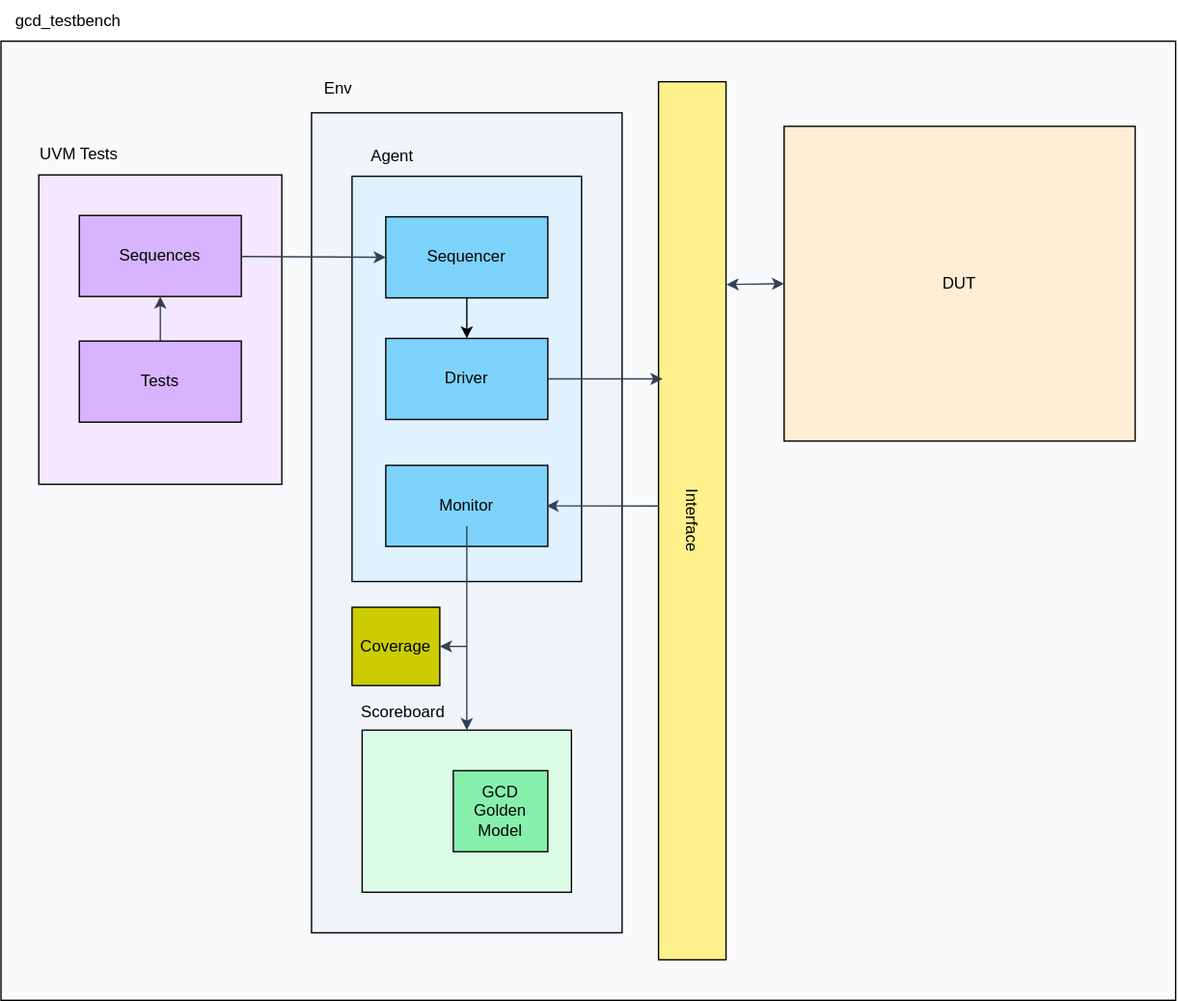
Lyreplus/PV_labs keeps this draw.io diagram as final project/report/diagram.svg. Above is the earlier version. Source tidied: cells renumbered, new cells last; positions are measured from the earlier drawing's top-left corner, leaving out a move shared by most shapes. Source of this version:
```xml
<mxGraphModel>
  <root>
    <mxCell id="0" />
    <mxCell id="1" parent="0" />
    <mxCell id="2" style="rounded=0;whiteSpace=wrap;html=1;fillColor=#F8FAFC;" parent="1" vertex="1">
      <mxGeometry y="30" width="870" height="710" as="geometry" />
    </mxCell>
    <mxCell id="3" value="gcd_testbench" style="text;html=1;align=center;verticalAlign=middle;whiteSpace=wrap;rounded=0;" parent="1" vertex="1">
      <mxGeometry x="20" width="60" height="30" as="geometry" />
    </mxCell>
    <mxCell id="4" style="rounded=0;whiteSpace=wrap;html=1;fillColor=#FEF08A;" parent="1" vertex="1">
      <mxGeometry x="487" y="60" width="50" height="650" as="geometry" />
    </mxCell>
    <mxCell id="5" value="&lt;span style=&quot;color: rgb(0, 0, 0);&quot;&gt;Interface&lt;/span&gt;" style="text;html=1;align=center;verticalAlign=middle;whiteSpace=wrap;rounded=0;rotation=90;" parent="1" vertex="1">
      <mxGeometry x="482" y="370" width="60" height="30" as="geometry" />
    </mxCell>
    <mxCell id="6" value="DUT" style="rounded=0;whiteSpace=wrap;html=1;fillColor=#FFEDD5;" parent="1" vertex="1">
      <mxGeometry x="580" y="93" width="260" height="233" as="geometry" />
    </mxCell>
    <mxCell id="7" style="rounded=0;whiteSpace=wrap;html=1;fillColor=#F3E8FF;" parent="1" vertex="1">
      <mxGeometry x="28" y="129" width="180" height="229" as="geometry" />
    </mxCell>
    <mxCell id="8" value="&lt;span style=&quot;color: rgb(0, 0, 0);&quot;&gt;UVM Tests&lt;/span&gt;" style="text;html=1;align=center;verticalAlign=middle;whiteSpace=wrap;rounded=0;" parent="1" vertex="1">
      <mxGeometry x="28" y="99" width="60" height="30" as="geometry" />
    </mxCell>
    <mxCell id="9" value="Sequences" style="rounded=0;whiteSpace=wrap;html=1;fillColor=#D8B4FE;" parent="1" vertex="1">
      <mxGeometry x="58" y="159" width="120" height="60" as="geometry" />
    </mxCell>
    <mxCell id="10" style="rounded=0;whiteSpace=wrap;html=1;fillColor=#F1F5F9;" parent="1" vertex="1">
      <mxGeometry x="230" y="83" width="230" height="607" as="geometry" />
    </mxCell>
    <mxCell id="11" value="Env" style="text;html=1;align=center;verticalAlign=middle;whiteSpace=wrap;rounded=0;" parent="1" vertex="1">
      <mxGeometry x="220" y="50" width="60" height="30" as="geometry" />
    </mxCell>
    <mxCell id="12" style="rounded=0;whiteSpace=wrap;html=1;fillColor=#E0F2FE;" parent="1" vertex="1">
      <mxGeometry x="260" y="130" width="170" height="300" as="geometry" />
    </mxCell>
    <mxCell id="13" value="Agent" style="text;html=1;align=center;verticalAlign=middle;whiteSpace=wrap;rounded=0;" parent="1" vertex="1">
      <mxGeometry x="260" y="100" width="60" height="30" as="geometry" />
    </mxCell>
    <mxCell id="14" style="rounded=0;whiteSpace=wrap;html=1;fillColor=#DCFCE7;" parent="1" vertex="1">
      <mxGeometry x="267.5" y="540" width="155" height="120" as="geometry" />
    </mxCell>
    <mxCell id="15" value="&lt;span style=&quot;color: rgb(0, 0, 0);&quot;&gt;Scoreboard&lt;/span&gt;" style="text;html=1;align=center;verticalAlign=middle;whiteSpace=wrap;rounded=0;" parent="1" vertex="1">
      <mxGeometry x="267.5" y="512" width="60" height="30" as="geometry" />
    </mxCell>
    <mxCell id="16" style="rounded=0;whiteSpace=wrap;html=1;fillColor=#7DD3FC;" parent="1" vertex="1">
      <mxGeometry x="285" y="160" width="120" height="60" as="geometry" />
    </mxCell>
    <mxCell id="17" value="Sequencer" style="text;html=1;align=center;verticalAlign=middle;whiteSpace=wrap;rounded=0;" parent="1" vertex="1">
      <mxGeometry x="315" y="175" width="60" height="30" as="geometry" />
    </mxCell>
    <mxCell id="18" style="edgeStyle=none;html=1;strokeColor=#334155;" parent="1" edge="1" source="19">
      <mxGeometry relative="1" as="geometry">
        <mxPoint x="490" y="280" as="targetPoint" />
      </mxGeometry>
    </mxCell>
    <mxCell id="19" style="rounded=0;whiteSpace=wrap;html=1;fillColor=#7DD3FC;" parent="1" vertex="1">
      <mxGeometry x="285" y="250" width="120" height="60" as="geometry" />
    </mxCell>
    <mxCell id="20" value="Driver" style="text;html=1;align=center;verticalAlign=middle;whiteSpace=wrap;rounded=0;" parent="1" vertex="1">
      <mxGeometry x="315" y="265" width="60" height="30" as="geometry" />
    </mxCell>
    <mxCell id="21" style="rounded=0;whiteSpace=wrap;html=1;fillColor=#7DD3FC;" parent="1" vertex="1">
      <mxGeometry x="285" y="344" width="120" height="60" as="geometry" />
    </mxCell>
    <mxCell id="22" style="edgeStyle=none;html=1;entryX=0.5;entryY=0;entryDx=0;entryDy=0;strokeColor=#334155;" parent="1" edge="1" source="23" target="14">
      <mxGeometry relative="1" as="geometry" />
    </mxCell>
    <mxCell id="23" value="Monitor" style="text;html=1;align=center;verticalAlign=middle;whiteSpace=wrap;rounded=0;" parent="1" vertex="1">
      <mxGeometry x="315" y="359" width="60" height="30" as="geometry" />
    </mxCell>
    <mxCell id="24" style="endArrow=classic;html=1;exitX=0.5;exitY=1;exitDx=0;exitDy=0;entryX=0.5;entryY=0;entryDx=0;entryDy=0;" parent="1" edge="1" source="16" target="19">
      <mxGeometry relative="1" as="geometry" />
    </mxCell>
    <mxCell id="25" style="endArrow=classic;html=1;entryX=1;entryY=0.5;entryDx=0;entryDy=0;exitX=0.025;exitY=0.604;exitDx=0;exitDy=0;exitPerimeter=0;strokeColor=#334155;" parent="1" edge="1">
      <mxGeometry relative="1" as="geometry">
        <mxPoint x="487.2" y="374.1" as="sourcePoint" />
        <mxPoint x="404" y="374" as="targetPoint" />
      </mxGeometry>
    </mxCell>
    <mxCell id="26" style="endArrow=classic;startArrow=classic;html=1;entryX=0;entryY=0.5;entryDx=0;entryDy=0;exitX=1.006;exitY=0.231;exitDx=0;exitDy=0;exitPerimeter=0;strokeColor=#334155;" parent="1" edge="1" source="4" target="6">
      <mxGeometry relative="1" as="geometry" />
    </mxCell>
    <mxCell id="27" value="GCD&lt;br&gt;Golden&lt;br&gt;Model" style="rounded=0;whiteSpace=wrap;html=1;fillColor=#86EFAC;" parent="1" vertex="1">
      <mxGeometry x="335" y="570" width="70" height="60" as="geometry" />
    </mxCell>
    <mxCell id="28" style="edgeStyle=none;html=1;strokeColor=#334155;" parent="1" edge="1" source="29" target="9">
      <mxGeometry relative="1" as="geometry" />
    </mxCell>
    <mxCell id="29" value="Tests" style="rounded=0;whiteSpace=wrap;html=1;fillColor=#D8B4FE;" parent="1" vertex="1">
      <mxGeometry x="58" y="252" width="120" height="60" as="geometry" />
    </mxCell>
    <mxCell id="30" style="endArrow=classic;html=1;entryX=0;entryY=0.5;entryDx=0;entryDy=0;strokeColor=#334155;" parent="1" edge="1" source="9" target="16">
      <mxGeometry relative="1" as="geometry" />
    </mxCell>
    <mxCell id="31" value="Coverage" style="rounded=0;whiteSpace=wrap;html=1;fillColor=#CCCC00;" parent="1" vertex="1">
      <mxGeometry x="260" y="449" width="65" height="58" as="geometry" />
    </mxCell>
    <mxCell id="32" style="endArrow=classic;html=1;entryX=1;entryY=0.5;entryDx=0;entryDy=0;strokeColor=#334155;" parent="1" edge="1" target="31">
      <mxGeometry relative="1" as="geometry">
        <mxPoint x="345" y="478" as="sourcePoint" />
      </mxGeometry>
    </mxCell>
  </root>
</mxGraphModel>
```
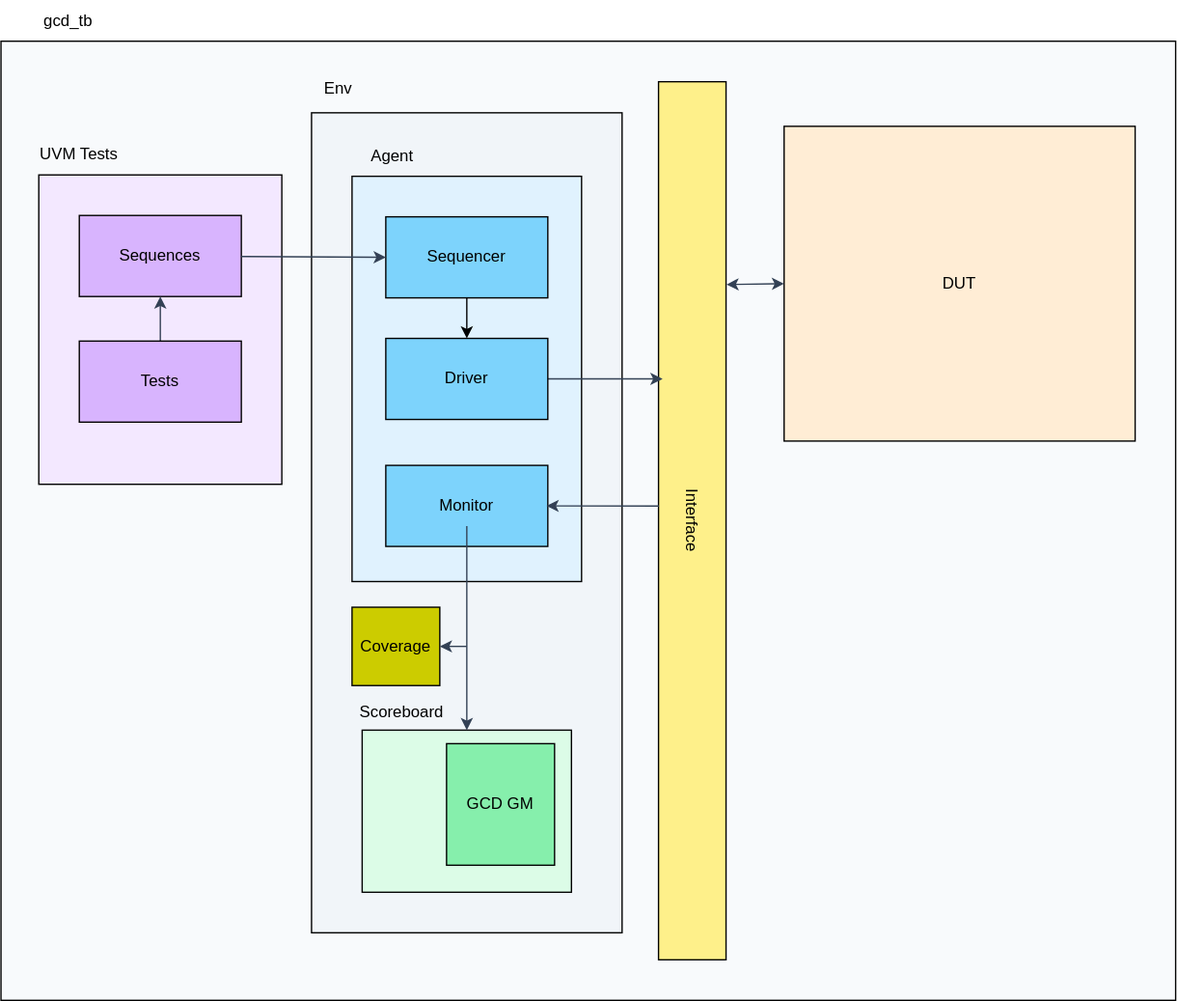
The same file after the commit.

Commit message:
fix(uvm): fixed uvm diagram

The edit, as a diff of the source:
```diff
@@ -5,7 +5,7 @@
     <mxCell id="2" style="rounded=0;whiteSpace=wrap;html=1;fillColor=#F8FAFC;" parent="1" vertex="1">
       <mxGeometry y="30" width="870" height="710" as="geometry" />
     </mxCell>
-    <mxCell id="3" value="gcd_testbench" style="text;html=1;align=center;verticalAlign=middle;whiteSpace=wrap;rounded=0;" parent="1" vertex="1">
+    <mxCell id="3" value="gcd_tb" style="text;html=1;align=center;verticalAlign=middle;whiteSpace=wrap;rounded=0;" parent="1" vertex="1">
       <mxGeometry x="20" width="60" height="30" as="geometry" />
     </mxCell>
     <mxCell id="4" style="rounded=0;whiteSpace=wrap;html=1;fillColor=#FEF08A;" parent="1" vertex="1">
@@ -82,8 +82,8 @@
     <mxCell id="26" style="endArrow=classic;startArrow=classic;html=1;entryX=0;entryY=0.5;entryDx=0;entryDy=0;exitX=1.006;exitY=0.231;exitDx=0;exitDy=0;exitPerimeter=0;strokeColor=#334155;" parent="1" edge="1" source="4" target="6">
       <mxGeometry relative="1" as="geometry" />
     </mxCell>
-    <mxCell id="27" value="GCD&lt;br&gt;Golden&lt;br&gt;Model" style="rounded=0;whiteSpace=wrap;html=1;fillColor=#86EFAC;" parent="1" vertex="1">
-      <mxGeometry x="335" y="570" width="70" height="60" as="geometry" />
+    <mxCell id="27" value="GCD GM" style="rounded=0;whiteSpace=wrap;html=1;fillColor=#86EFAC;" parent="1" vertex="1">
+      <mxGeometry x="330" y="550" width="80" height="90" as="geometry" />
     </mxCell>
     <mxCell id="28" style="edgeStyle=none;html=1;strokeColor=#334155;" parent="1" edge="1" source="29" target="9">
       <mxGeometry relative="1" as="geometry" />
```
